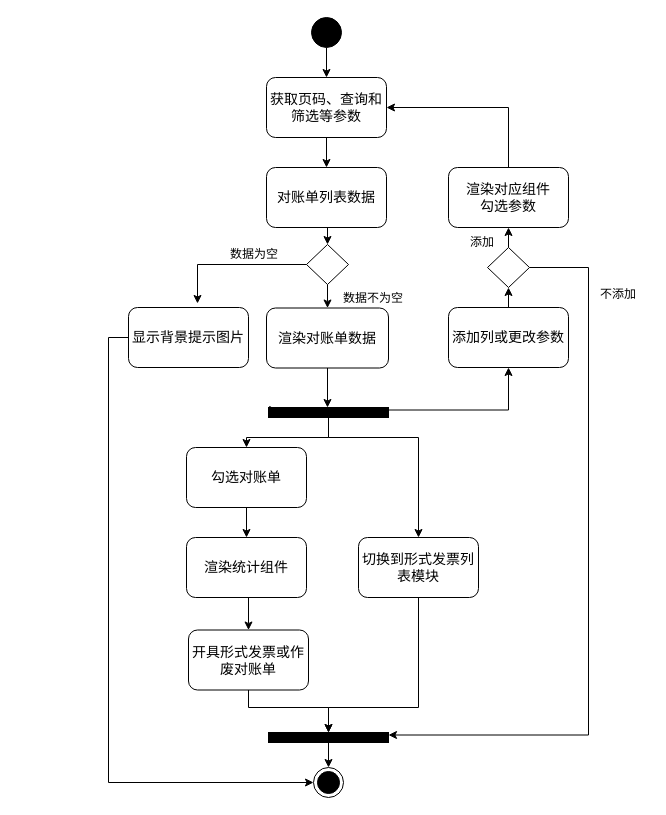
Above: page "对账单列表活动图" (3 of 5) of 概要设计.drawio in Robbie-Han/graduation-thesis (draw.io), before the change. Source tidied: cells renumbered, new cells numbered last; positions are measured from the earlier drawing's top-left corner, leaving out a move shared by most shapes. Both pictures are drawn from the tidied source at 100%, with x=0, y=0 at pixel (128, 17).
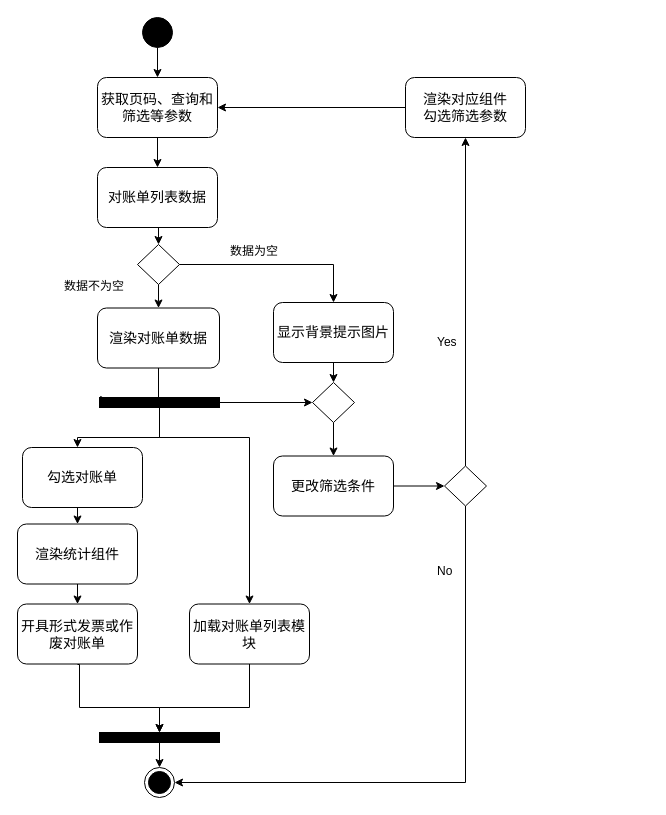
After the change.

Commit message:
更新概要设计.drawio

Change to the diagram source:
```diff
@@
-    <mxCell id="2" style="edgeStyle=orthogonalEdgeStyle;rounded=0;jettySize=auto;html=1;exitX=0.5;exitY=1;exitDx=0;exitDy=0;entryX=0.5;entryY=0;entryDx=0;entryDy=0;" parent="1" edge="1" source="5" target="23">
-      <mxGeometry relative="1" as="geometry">
-        <Array as="points">
-          <mxPoint x="200" y="420" />
-          <mxPoint x="118" y="420" />
-        </Array>
-      </mxGeometry>
-    </mxCell>
-    <mxCell id="3" style="edgeStyle=orthogonalEdgeStyle;rounded=0;jettySize=auto;html=1;exitX=1;exitY=0.25;exitDx=0;exitDy=0;entryX=0.5;entryY=1;entryDx=0;entryDy=0;" parent="1" edge="1" source="5" target="25">
-      <mxGeometry relative="1" as="geometry" />
-    </mxCell>
-    <mxCell id="4" style="edgeStyle=orthogonalEdgeStyle;rounded=0;jettySize=auto;html=1;exitX=0.5;exitY=1;exitDx=0;exitDy=0;entryX=0.5;entryY=0;entryDx=0;entryDy=0;" parent="1" edge="1" source="5" target="41">
-      <mxGeometry relative="1" as="geometry">
-        <Array as="points">
-          <mxPoint x="200" y="420" />
-          <mxPoint x="290" y="420" />
-        </Array>
-      </mxGeometry>
-    </mxCell>
-    <mxCell id="5" style="rounded=0;whiteSpace=wrap;html=1;fillColor=#000000;" parent="1" vertex="1">
-      <mxGeometry x="140" y="390" width="120" height="10" as="geometry" />
-    </mxCell>
-    <mxCell id="6" style="edgeStyle=orthogonalEdgeStyle;rounded=0;jettySize=auto;html=1;exitX=0.5;exitY=1;exitDx=0;exitDy=0;" parent="1" edge="1" source="7" target="9">
-      <mxGeometry relative="1" as="geometry" />
-    </mxCell>
-    <mxCell id="7" style="ellipse;whiteSpace=wrap;html=1;fillColor=#000000;" parent="1" vertex="1">
-      <mxGeometry x="183" width="30" height="30" as="geometry" />
-    </mxCell>
-    <mxCell id="8" style="edgeStyle=orthogonalEdgeStyle;rounded=0;jettySize=auto;html=1;exitX=0.5;exitY=1;exitDx=0;exitDy=0;" parent="1" edge="1" source="9">
-      <mxGeometry relative="1" as="geometry">
-        <mxPoint x="198" y="150" as="targetPoint" />
-      </mxGeometry>
-    </mxCell>
+    <mxCell id="42" style="edgeStyle=orthogonalEdgeStyle;rounded=0;jettySize=auto;html=1;exitX=0.5;exitY=1;exitDx=0;exitDy=0;" parent="1" edge="1" source="45">
+      <mxGeometry relative="1" as="geometry">
+        <mxPoint x="-51" y="430" as="targetPoint" />
+        <Array as="points">
+          <mxPoint x="31" y="420" />
+          <mxPoint x="-51" y="420" />
+        </Array>
+      </mxGeometry>
+    </mxCell>
+    <mxCell id="43" style="edgeStyle=orthogonalEdgeStyle;rounded=0;jettySize=auto;html=1;exitX=0.5;exitY=1;exitDx=0;exitDy=0;entryX=0.5;entryY=0;entryDx=0;entryDy=0;" parent="1" edge="1" source="45" target="67">
+      <mxGeometry relative="1" as="geometry">
+        <Array as="points">
+          <mxPoint x="31" y="420" />
+          <mxPoint x="121" y="420" />
+        </Array>
+      </mxGeometry>
+    </mxCell>
+    <mxCell id="44" style="edgeStyle=orthogonalEdgeStyle;rounded=0;jettySize=auto;html=1;exitX=1;exitY=0.5;exitDx=0;exitDy=0;entryX=0;entryY=0.5;entryDx=0;entryDy=0;" parent="1" edge="1" source="45" target="72">
+      <mxGeometry relative="1" as="geometry" />
+    </mxCell>
+    <mxCell id="45" style="rounded=0;whiteSpace=wrap;html=1;fillColor=#000000;" parent="1" vertex="1">
+      <mxGeometry x="-29" y="380" width="120" height="10" as="geometry" />
+    </mxCell>
+    <mxCell id="46" style="edgeStyle=orthogonalEdgeStyle;rounded=0;jettySize=auto;html=1;exitX=0.5;exitY=1;exitDx=0;exitDy=0;" parent="1" edge="1" source="47" target="9">
+      <mxGeometry relative="1" as="geometry" />
+    </mxCell>
+    <mxCell id="47" style="ellipse;whiteSpace=wrap;html=1;fillColor=#000000;" parent="1" vertex="1">
+      <mxGeometry x="14" width="30" height="30" as="geometry" />
+    </mxCell>
+    <mxCell id="48" style="edgeStyle=orthogonalEdgeStyle;rounded=0;jettySize=auto;html=1;exitX=0.5;exitY=1;exitDx=0;exitDy=0;" parent="1" edge="1" source="9">
+      <mxGeometry relative="1" as="geometry">
+        <mxPoint x="29" y="150" as="targetPoint" />
+      </mxGeometry>
+    </mxCell>
     <mxCell id="9" value="&lt;font style=&quot;font-size: 14px&quot;&gt;获取页码、查询和筛选等参数&lt;/font&gt;" style="rounded=1;whiteSpace=wrap;html=1;fillColor=none;" parent="1" vertex="1">
-      <mxGeometry x="138" y="60" width="120" height="60" as="geometry" />
+      <mxGeometry x="-31" y="60" width="120" height="60" as="geometry" />
     </mxCell>
-    <mxCell id="10" style="edgeStyle=orthogonalEdgeStyle;rounded=0;jettySize=auto;html=1;exitX=0.5;exitY=1;exitDx=0;exitDy=0;entryX=0.5;entryY=0;entryDx=0;entryDy=0;" parent="1" edge="1" source="11" target="14">
-      <mxGeometry relative="1" as="geometry" />
-    </mxCell>
+    <mxCell id="49" style="edgeStyle=orthogonalEdgeStyle;rounded=0;jettySize=auto;html=1;exitX=0.5;exitY=1;exitDx=0;exitDy=0;entryX=0.5;entryY=0;entryDx=0;entryDy=0;" parent="1" edge="1" source="11" target="52">
+      <mxGeometry relative="1" as="geometry" />
+    </mxCell>
-    <mxCell id="11" value="&lt;font style=&quot;font-size: 14px&quot;&gt;对账单列表数据&lt;/font&gt;" style="rounded=1;whiteSpace=wrap;html=1;fillColor=none;" parent="1" vertex="1">
-      <mxGeometry x="138" y="150" width="120" height="60" as="geometry" />
+    <mxCell id="11" value="&lt;span style=&quot;font-size: 14px&quot;&gt;对账单列表数据&lt;/span&gt;" style="rounded=1;whiteSpace=wrap;html=1;fillColor=none;" parent="1" vertex="1">
+      <mxGeometry x="-31" y="150" width="120" height="60" as="geometry" />
     </mxCell>
-    <mxCell id="12" style="edgeStyle=orthogonalEdgeStyle;rounded=0;jettySize=auto;html=1;exitX=0;exitY=0.5;exitDx=0;exitDy=0;entryX=0.575;entryY=-0.067;entryDx=0;entryDy=0;entryPerimeter=0;" parent="1" edge="1" source="14" target="16">
-      <mxGeometry relative="1" as="geometry" />
-    </mxCell>
-    <mxCell id="13" style="edgeStyle=orthogonalEdgeStyle;rounded=0;jettySize=auto;html=1;exitX=0.5;exitY=1;exitDx=0;exitDy=0;entryX=0.5;entryY=0;entryDx=0;entryDy=0;" parent="1" edge="1" source="14" target="19">
-      <mxGeometry relative="1" as="geometry" />
-    </mxCell>
-    <mxCell id="14" style="rhombus;whiteSpace=wrap;html=1;fillColor=none;" parent="1" vertex="1">
-      <mxGeometry x="178" y="227" width="42" height="40" as="geometry" />
-    </mxCell>
-    <mxCell id="15" style="edgeStyle=orthogonalEdgeStyle;rounded=0;jettySize=auto;html=1;exitX=0;exitY=0.5;exitDx=0;exitDy=0;entryX=0;entryY=0.5;entryDx=0;entryDy=0;" parent="1" edge="1" source="16" target="32">
-      <mxGeometry relative="1" as="geometry" />
-    </mxCell>
-    <mxCell id="16" value="&lt;span style=&quot;font-size: 14px&quot;&gt;显示背景提示图片&lt;/span&gt;" style="rounded=1;whiteSpace=wrap;html=1;fillColor=none;" parent="1" vertex="1">
-      <mxGeometry y="290" width="120" height="60" as="geometry" />
-    </mxCell>
-    <mxCell id="17" value="数据为空" style="text;html=1;align=left;verticalAlign=top;spacingTop=-4;" parent="1" vertex="1">
-      <mxGeometry x="100" y="227" width="60" height="20" as="geometry" />
-    </mxCell>
-    <mxCell id="18" style="edgeStyle=orthogonalEdgeStyle;rounded=0;jettySize=auto;html=1;exitX=0.5;exitY=1;exitDx=0;exitDy=0;" parent="1" edge="1" source="19">
-      <mxGeometry relative="1" as="geometry">
-        <mxPoint x="199" y="390" as="targetPoint" />
-      </mxGeometry>
-    </mxCell>
+    <mxCell id="50" style="edgeStyle=orthogonalEdgeStyle;rounded=0;jettySize=auto;html=1;exitX=0.5;exitY=1;exitDx=0;exitDy=0;entryX=0.5;entryY=0;entryDx=0;entryDy=0;" parent="1" edge="1" source="52" target="19">
+      <mxGeometry relative="1" as="geometry" />
+    </mxCell>
+    <mxCell id="51" style="edgeStyle=orthogonalEdgeStyle;rounded=0;jettySize=auto;html=1;exitX=1;exitY=0.5;exitDx=0;exitDy=0;entryX=0.5;entryY=0;entryDx=0;entryDy=0;" parent="1" edge="1" source="52" target="16">
+      <mxGeometry relative="1" as="geometry" />
+    </mxCell>
+    <mxCell id="52" style="rhombus;whiteSpace=wrap;html=1;fillColor=none;" parent="1" vertex="1">
+      <mxGeometry x="9" y="227" width="42" height="40" as="geometry" />
+    </mxCell>
+    <mxCell id="53" style="edgeStyle=orthogonalEdgeStyle;rounded=0;jettySize=auto;html=1;exitX=0.5;exitY=1;exitDx=0;exitDy=0;" parent="1" edge="1" source="19">
+      <mxGeometry relative="1" as="geometry">
+        <mxPoint x="30" y="390" as="targetPoint" />
+      </mxGeometry>
+    </mxCell>
     <mxCell id="19" value="&lt;span style=&quot;font-size: 14px&quot;&gt;渲染对账单数据&lt;/span&gt;" style="rounded=1;whiteSpace=wrap;html=1;fillColor=none;" parent="1" vertex="1">
-      <mxGeometry x="138" y="290.5" width="122" height="60" as="geometry" />
+      <mxGeometry x="-31" y="290.5" width="122" height="60" as="geometry" />
     </mxCell>
     <mxCell id="20" value="数据不为空" style="text;html=1;" parent="1" vertex="1">
-      <mxGeometry x="213" y="267" width="70" height="30" as="geometry" />
+      <mxGeometry x="-66" y="255" width="70" height="30" as="geometry" />
     </mxCell>
-    <mxCell id="21" style="edgeStyle=orthogonalEdgeStyle;rounded=0;orthogonalLoop=1;jettySize=auto;html=1;exitX=0;exitY=0.25;exitDx=0;exitDy=0;entryX=0.077;entryY=0.3;entryDx=0;entryDy=0;entryPerimeter=0;" parent="1" edge="1" source="5" target="5">
-      <mxGeometry relative="1" as="geometry" />
-    </mxCell>
+    <mxCell id="54" style="edgeStyle=orthogonalEdgeStyle;rounded=0;orthogonalLoop=1;jettySize=auto;html=1;exitX=0;exitY=0.25;exitDx=0;exitDy=0;entryX=0.077;entryY=0.3;entryDx=0;entryDy=0;entryPerimeter=0;" parent="1" edge="1" source="45" target="45">
+      <mxGeometry relative="1" as="geometry" />
+    </mxCell>
+    <mxCell id="55" style="edgeStyle=orthogonalEdgeStyle;rounded=0;jettySize=auto;html=1;exitX=1;exitY=0.5;exitDx=0;exitDy=0;entryX=0;entryY=0.5;entryDx=0;entryDy=0;" parent="1" edge="1" source="56" target="63">
+      <mxGeometry relative="1" as="geometry" />
+    </mxCell>
+    <mxCell id="56" value="&lt;span style=&quot;text-align: left ; white-space: nowrap&quot;&gt;&lt;font style=&quot;font-size: 14px&quot;&gt;更改筛选条件&lt;/font&gt;&lt;/span&gt;" style="rounded=1;whiteSpace=wrap;html=1;fillColor=none;" parent="1" vertex="1">
+      <mxGeometry x="145" y="438.5" width="120" height="60" as="geometry" />
+    </mxCell>
+    <mxCell id="57" style="edgeStyle=orthogonalEdgeStyle;rounded=0;jettySize=auto;html=1;exitX=0;exitY=0.5;exitDx=0;exitDy=0;entryX=1;entryY=0.5;entryDx=0;entryDy=0;" parent="1" edge="1" source="58" target="9">
+      <mxGeometry relative="1" as="geometry" />
+    </mxCell>
+    <mxCell id="58" value="&lt;span style=&quot;text-align: left ; white-space: nowrap&quot;&gt;&lt;font style=&quot;font-size: 14px&quot;&gt;渲染对应组件&lt;br&gt;勾选筛选参数&lt;/font&gt;&lt;/span&gt;" style="rounded=1;whiteSpace=wrap;html=1;fillColor=none;" parent="1" vertex="1">
+      <mxGeometry x="277" y="60" width="120" height="60" as="geometry" />
+    </mxCell>
+    <mxCell id="59" style="edgeStyle=orthogonalEdgeStyle;rounded=0;jettySize=auto;html=1;exitX=0.5;exitY=1;exitDx=0;exitDy=0;entryX=0.5;entryY=0;entryDx=0;entryDy=0;" parent="1" edge="1" target="65">
+      <mxGeometry relative="1" as="geometry">
+        <mxPoint x="-51" y="647" as="sourcePoint" />
+        <Array as="points">
+          <mxPoint x="-49" y="647" />
+          <mxPoint x="-49" y="690" />
+          <mxPoint x="31" y="690" />
+        </Array>
+      </mxGeometry>
+    </mxCell>
+    <mxCell id="60" style="ellipse;html=1;shape=endState;fillColor=#000000;strokeColor=#000000;" parent="1" vertex="1">
+      <mxGeometry x="16" y="750" width="30" height="30" as="geometry" />
+    </mxCell>
+    <mxCell id="61" style="edgeStyle=orthogonalEdgeStyle;rounded=0;jettySize=auto;html=1;exitX=0.5;exitY=0;exitDx=0;exitDy=0;entryX=0.5;entryY=1;entryDx=0;entryDy=0;" parent="1" edge="1" source="63" target="58">
+      <mxGeometry relative="1" as="geometry" />
+    </mxCell>
+    <mxCell id="62" style="edgeStyle=orthogonalEdgeStyle;rounded=0;jettySize=auto;html=1;exitX=0.5;exitY=1;exitDx=0;exitDy=0;entryX=1;entryY=0.5;entryDx=0;entryDy=0;" parent="1" edge="1" source="63" target="60">
+      <mxGeometry relative="1" as="geometry" />
+    </mxCell>
+    <mxCell id="63" style="rhombus;whiteSpace=wrap;html=1;fillColor=none;" parent="1" vertex="1">
+      <mxGeometry x="316" y="448.5" width="42" height="40" as="geometry" />
+    </mxCell>
+    <mxCell id="64" style="edgeStyle=orthogonalEdgeStyle;rounded=0;jettySize=auto;html=1;exitX=0.5;exitY=1;exitDx=0;exitDy=0;entryX=0.5;entryY=0;entryDx=0;entryDy=0;" parent="1" edge="1" source="65" target="60">
+      <mxGeometry relative="1" as="geometry" />
+    </mxCell>
+    <mxCell id="65" style="rounded=0;whiteSpace=wrap;html=1;fillColor=#000000;" parent="1" vertex="1">
+      <mxGeometry x="-29" y="715" width="120" height="10" as="geometry" />
+    </mxCell>
+    <mxCell id="66" style="edgeStyle=orthogonalEdgeStyle;rounded=0;jettySize=auto;html=1;exitX=0.5;exitY=1;exitDx=0;exitDy=0;entryX=0.5;entryY=0;entryDx=0;entryDy=0;" parent="1" edge="1" source="67" target="65">
+      <mxGeometry relative="1" as="geometry">
+        <Array as="points">
+          <mxPoint x="121" y="690" />
+          <mxPoint x="31" y="690" />
+        </Array>
+      </mxGeometry>
+    </mxCell>
+    <mxCell id="67" value="&lt;span style=&quot;font-size: 14px&quot;&gt;加载对账单列表模块&lt;/span&gt;" style="rounded=1;whiteSpace=wrap;html=1;fillColor=none;" parent="1" vertex="1">
+      <mxGeometry x="61" y="586.5" width="120" height="60" as="geometry" />
+    </mxCell>
+    <mxCell id="17" value="数据为空" style="text;html=1;" parent="1" vertex="1">
+      <mxGeometry x="100" y="220" width="90" height="30" as="geometry" />
+    </mxCell>
+    <mxCell id="68" style="edgeStyle=orthogonalEdgeStyle;rounded=0;jettySize=auto;html=1;exitX=0.5;exitY=1;exitDx=0;exitDy=0;entryX=0.5;entryY=0;entryDx=0;entryDy=0;" parent="1" edge="1" source="16" target="72">
+      <mxGeometry relative="1" as="geometry" />
+    </mxCell>
+    <mxCell id="16" value="&lt;span style=&quot;font-size: 14px&quot;&gt;显示背景提示图片&lt;/span&gt;" style="rounded=1;whiteSpace=wrap;html=1;fillColor=none;" parent="1" vertex="1">
+      <mxGeometry x="145" y="285" width="120" height="60" as="geometry" />
+    </mxCell>
+    <mxCell id="69" value="No" style="text;html=1;align=left;verticalAlign=top;spacingTop=-4;" parent="1" vertex="1">
+      <mxGeometry x="307" y="544" width="30" height="20" as="geometry" />
+    </mxCell>
+    <mxCell id="70" value="Yes" style="text;html=1;align=left;verticalAlign=top;spacingTop=-4;" parent="1" vertex="1">
+      <mxGeometry x="307" y="315" width="40" height="20" as="geometry" />
+    </mxCell>
@@
     <mxCell id="23" value="&lt;span style=&quot;font-size: 14px&quot;&gt;勾选对账单&lt;/span&gt;" style="rounded=1;whiteSpace=wrap;html=1;fillColor=none;" parent="1" vertex="1">
-      <mxGeometry x="58" y="430" width="120" height="60" as="geometry" />
+      <mxGeometry x="-106" y="430" width="120" height="60" as="geometry" />
     </mxCell>
-    <mxCell id="24" style="edgeStyle=orthogonalEdgeStyle;rounded=0;jettySize=auto;html=1;exitX=0.5;exitY=0;exitDx=0;exitDy=0;entryX=0.5;entryY=1;entryDx=0;entryDy=0;" parent="1" edge="1" source="25" target="35">
-      <mxGeometry relative="1" as="geometry" />
-    </mxCell>
-    <mxCell id="25" value="&lt;span style=&quot;text-align: left ; white-space: nowrap&quot;&gt;&lt;font style=&quot;font-size: 14px&quot;&gt;添加列或更改参数&lt;/font&gt;&lt;/span&gt;" style="rounded=1;whiteSpace=wrap;html=1;fillColor=none;" parent="1" vertex="1">
-      <mxGeometry x="320" y="290" width="120" height="60" as="geometry" />
-    </mxCell>
-    <mxCell id="26" style="edgeStyle=orthogonalEdgeStyle;rounded=0;jettySize=auto;html=1;exitX=0.5;exitY=0;exitDx=0;exitDy=0;entryX=1;entryY=0.5;entryDx=0;entryDy=0;" parent="1" edge="1" source="27" target="9">
-      <mxGeometry relative="1" as="geometry" />
-    </mxCell>
-    <mxCell id="27" value="&lt;span style=&quot;text-align: left ; white-space: nowrap&quot;&gt;&lt;font style=&quot;font-size: 14px&quot;&gt;渲染对应组件&lt;br&gt;勾选参数&lt;/font&gt;&lt;/span&gt;" style="rounded=1;whiteSpace=wrap;html=1;fillColor=none;" parent="1" vertex="1">
-      <mxGeometry x="320" y="150" width="120" height="60" as="geometry" />
-    </mxCell>
@@
     <mxCell id="29" value="&lt;span style=&quot;font-size: 14px&quot;&gt;渲染统计组件&lt;/span&gt;" style="rounded=1;whiteSpace=wrap;html=1;fillColor=none;" parent="1" vertex="1">
-      <mxGeometry x="58" y="520" width="120" height="60" as="geometry" />
+      <mxGeometry x="-111" y="506.5" width="120" height="60" as="geometry" />
     </mxCell>
-    <mxCell id="30" style="edgeStyle=orthogonalEdgeStyle;rounded=0;jettySize=auto;html=1;exitX=0.5;exitY=1;exitDx=0;exitDy=0;entryX=0.5;entryY=0;entryDx=0;entryDy=0;" parent="1" edge="1" source="31" target="39">
-      <mxGeometry relative="1" as="geometry">
-        <Array as="points">
-          <mxPoint x="120" y="690" />
-          <mxPoint x="200" y="690" />
-        </Array>
-      </mxGeometry>
-    </mxCell>
     <mxCell id="31" value="&lt;span style=&quot;font-size: 14px&quot;&gt;开具形式发票或作废对账单&lt;/span&gt;" style="rounded=1;whiteSpace=wrap;html=1;fillColor=none;" parent="1" vertex="1">
-      <mxGeometry x="60" y="612.5" width="120" height="60" as="geometry" />
+      <mxGeometry x="-111" y="586.5" width="120" height="60" as="geometry" />
     </mxCell>
-    <mxCell id="32" style="ellipse;html=1;shape=endState;fillColor=#000000;strokeColor=#000000;" parent="1" vertex="1">
-      <mxGeometry x="185" y="750" width="30" height="30" as="geometry" />
-    </mxCell>
-    <mxCell id="33" style="edgeStyle=orthogonalEdgeStyle;rounded=0;jettySize=auto;html=1;exitX=0.5;exitY=0;exitDx=0;exitDy=0;entryX=0.5;entryY=1;entryDx=0;entryDy=0;" parent="1" edge="1" source="35" target="27">
-      <mxGeometry relative="1" as="geometry" />
-    </mxCell>
-    <mxCell id="34" style="edgeStyle=orthogonalEdgeStyle;rounded=0;jettySize=auto;html=1;exitX=1;exitY=0.5;exitDx=0;exitDy=0;entryX=1;entryY=0.25;entryDx=0;entryDy=0;" parent="1" edge="1" source="35" target="39">
-      <mxGeometry relative="1" as="geometry">
-        <Array as="points">
-          <mxPoint x="460" y="250" />
-          <mxPoint x="460" y="718" />
-        </Array>
-      </mxGeometry>
-    </mxCell>
-    <mxCell id="35" style="rhombus;whiteSpace=wrap;html=1;fillColor=none;" parent="1" vertex="1">
-      <mxGeometry x="359" y="230" width="42" height="40" as="geometry" />
-    </mxCell>
-    <mxCell id="36" value="添加" style="text;html=1;align=left;verticalAlign=top;spacingTop=-4;" parent="1" vertex="1">
-      <mxGeometry x="340" y="215" width="40" height="20" as="geometry" />
-    </mxCell>
-    <mxCell id="37" value="不添加" style="text;html=1;align=left;verticalAlign=top;spacingTop=-4;" parent="1" vertex="1">
-      <mxGeometry x="470" y="267" width="50" height="20" as="geometry" />
-    </mxCell>
-    <mxCell id="38" style="edgeStyle=orthogonalEdgeStyle;rounded=0;jettySize=auto;html=1;exitX=0.5;exitY=1;exitDx=0;exitDy=0;entryX=0.5;entryY=0;entryDx=0;entryDy=0;" parent="1" edge="1" source="39" target="32">
-      <mxGeometry relative="1" as="geometry" />
-    </mxCell>
-    <mxCell id="39" style="rounded=0;whiteSpace=wrap;html=1;fillColor=#000000;" parent="1" vertex="1">
-      <mxGeometry x="140" y="715" width="120" height="10" as="geometry" />
-    </mxCell>
-    <mxCell id="40" style="edgeStyle=orthogonalEdgeStyle;rounded=0;jettySize=auto;html=1;exitX=0.5;exitY=1;exitDx=0;exitDy=0;entryX=0.5;entryY=0;entryDx=0;entryDy=0;" parent="1" edge="1" source="41" target="39">
-      <mxGeometry relative="1" as="geometry">
-        <Array as="points">
-          <mxPoint x="290" y="690" />
-          <mxPoint x="200" y="690" />
-        </Array>
-      </mxGeometry>
-    </mxCell>
-    <mxCell id="41" value="&lt;span style=&quot;font-size: 14px&quot;&gt;切换到形式发票列表模块&lt;/span&gt;" style="rounded=1;whiteSpace=wrap;html=1;fillColor=none;" parent="1" vertex="1">
-      <mxGeometry x="230" y="520" width="120" height="60" as="geometry" />
-    </mxCell>
+    <mxCell id="71" style="edgeStyle=orthogonalEdgeStyle;rounded=0;jettySize=auto;html=1;exitX=0.5;exitY=1;exitDx=0;exitDy=0;entryX=0.5;entryY=0;entryDx=0;entryDy=0;" parent="1" edge="1" source="72" target="56">
+      <mxGeometry relative="1" as="geometry" />
+    </mxCell>
+    <mxCell id="72" style="rhombus;whiteSpace=wrap;html=1;fillColor=none;" parent="1" vertex="1">
+      <mxGeometry x="184" y="365" width="42" height="40" as="geometry" />
+    </mxCell>
```
